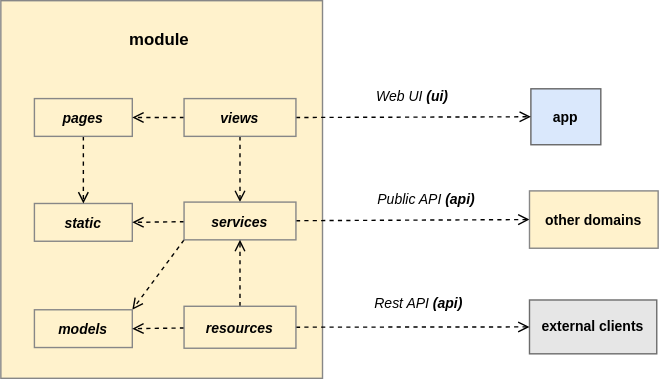
This is docs/diagrams/pigal_module_structure.drawio.svg from MalcomChumchouaPenda/Pigal-Flask, a draw.io export, as it was before one commit. Source tidied: cells renumbered, new cells last; positions are measured from the earlier drawing's top-left corner, leaving out a move shared by most shapes. Its diagram source:
```xml
<mxGraphModel>
  <root>
    <mxCell id="0" />
    <mxCell id="1" parent="0" />
    <mxCell id="2" style="rounded=0;whiteSpace=wrap;html=1;fillColor=#FFF2CC;strokeColor=#878787;fontSize=12;" parent="1" vertex="1">
      <mxGeometry width="230" height="270" as="geometry" />
    </mxCell>
    <mxCell id="3" value="module" style="text;html=1;strokeColor=none;fillColor=none;align=center;verticalAlign=middle;whiteSpace=wrap;rounded=0;fontStyle=1;fontSize=12;" parent="1" vertex="1">
      <mxGeometry x="82.5" y="13" width="61" height="30" as="geometry" />
    </mxCell>
    <mxCell id="4" value="static" style="rounded=0;whiteSpace=wrap;html=1;fillColor=none;fontStyle=3;fontSize=10;strokeColor=#878787;strokeWidth=1;flipV=1;" parent="1" vertex="1">
      <mxGeometry x="24" y="145" width="70" height="27" as="geometry" />
    </mxCell>
    <mxCell id="5" style="edgeStyle=none;html=1;entryX=0.5;entryY=0;entryDx=0;entryDy=0;dashed=1;endArrow=open;endFill=0;" parent="1" edge="1" source="6" target="4">
      <mxGeometry relative="1" as="geometry" />
    </mxCell>
    <mxCell id="6" value="pages" style="rounded=0;whiteSpace=wrap;html=1;fillColor=none;fontStyle=3;fontSize=10;strokeColor=#878787;strokeWidth=1;flipV=1;" parent="1" vertex="1">
      <mxGeometry x="24" y="70" width="70" height="27" as="geometry" />
    </mxCell>
    <mxCell id="7" value="app" style="rounded=0;whiteSpace=wrap;html=1;fillColor=#dae8fc;fontStyle=1;fontSize=10;strokeColor=#666666;strokeWidth=1;" parent="1" vertex="1">
      <mxGeometry x="379" y="63" width="50" height="40" as="geometry" />
    </mxCell>
    <mxCell id="8" value="external clients" style="rounded=0;whiteSpace=wrap;html=1;fillColor=#E6E6E6;fontStyle=1;fontSize=10;strokeColor=#6C6C6C;strokeWidth=1;" parent="1" vertex="1">
      <mxGeometry x="378" y="214" width="91" height="38.5" as="geometry" />
    </mxCell>
    <mxCell id="9" style="edgeStyle=none;html=1;exitX=0.5;exitY=1;exitDx=0;exitDy=0;entryX=0.5;entryY=0;entryDx=0;entryDy=0;dashed=1;endArrow=open;endFill=0;" parent="1" edge="1" source="12" target="16">
      <mxGeometry relative="1" as="geometry" />
    </mxCell>
    <mxCell id="10" style="edgeStyle=none;html=1;entryX=1;entryY=0.5;entryDx=0;entryDy=0;dashed=1;endArrow=open;endFill=0;" parent="1" edge="1" source="12" target="6">
      <mxGeometry relative="1" as="geometry" />
    </mxCell>
    <mxCell id="11" style="edgeStyle=none;html=1;exitX=1;exitY=0.5;exitDx=0;exitDy=0;entryX=0;entryY=0.5;entryDx=0;entryDy=0;dashed=1;endArrow=open;endFill=0;rounded=0;curved=0;" parent="1" edge="1" source="12" target="7">
      <mxGeometry relative="1" as="geometry" />
    </mxCell>
    <mxCell id="12" value="views" style="rounded=0;whiteSpace=wrap;html=1;fillColor=none;fontStyle=3;fontSize=10;strokeColor=#878787;strokeWidth=1;flipV=1;" parent="1" vertex="1">
      <mxGeometry x="131" y="70" width="80" height="27" as="geometry" />
    </mxCell>
    <mxCell id="13" style="edgeStyle=none;html=1;entryX=1;entryY=0.5;entryDx=0;entryDy=0;dashed=1;endArrow=open;endFill=0;" parent="1" edge="1" source="16" target="4">
      <mxGeometry relative="1" as="geometry" />
    </mxCell>
    <mxCell id="14" style="edgeStyle=none;html=1;entryX=1;entryY=0;entryDx=0;entryDy=0;dashed=1;endArrow=open;endFill=0;exitX=0;exitY=1;exitDx=0;exitDy=0;" parent="1" edge="1" source="16" target="17">
      <mxGeometry relative="1" as="geometry" />
    </mxCell>
    <mxCell id="15" style="edgeStyle=none;html=1;entryX=0;entryY=0.5;entryDx=0;entryDy=0;dashed=1;endArrow=open;endFill=0;rounded=0;curved=0;" parent="1" edge="1" source="16" target="23">
      <mxGeometry relative="1" as="geometry" />
    </mxCell>
    <mxCell id="16" value="services" style="rounded=0;whiteSpace=wrap;html=1;fillColor=none;fontStyle=3;fontSize=10;strokeColor=#878787;strokeWidth=1;flipV=1;" parent="1" vertex="1">
      <mxGeometry x="131" y="144" width="80" height="27" as="geometry" />
    </mxCell>
    <mxCell id="17" value="models" style="rounded=0;whiteSpace=wrap;html=1;fillColor=none;fontStyle=3;fontSize=10;strokeColor=#878787;strokeWidth=1;flipV=1;" parent="1" vertex="1">
      <mxGeometry x="24" y="221" width="70" height="27" as="geometry" />
    </mxCell>
    <mxCell id="18" value="&lt;span style=&quot;font-weight: normal;&quot;&gt;Web UI &lt;/span&gt;(ui)" style="rounded=0;whiteSpace=wrap;html=1;fillColor=none;fontStyle=3;fontSize=10;strokeColor=none;strokeWidth=1;dashed=1;" parent="1" vertex="1">
      <mxGeometry x="259" y="54" width="71" height="27" as="geometry" />
    </mxCell>
    <mxCell id="19" style="edgeStyle=none;html=1;entryX=0.5;entryY=1;entryDx=0;entryDy=0;dashed=1;endArrow=open;endFill=0;" parent="1" edge="1" source="22" target="16">
      <mxGeometry relative="1" as="geometry" />
    </mxCell>
    <mxCell id="20" style="edgeStyle=none;html=1;entryX=1;entryY=0.5;entryDx=0;entryDy=0;dashed=1;endArrow=open;endFill=0;" parent="1" edge="1" source="22" target="17">
      <mxGeometry relative="1" as="geometry" />
    </mxCell>
    <mxCell id="21" style="edgeStyle=none;html=1;entryX=0;entryY=0.5;entryDx=0;entryDy=0;dashed=1;endArrow=open;endFill=0;rounded=0;curved=0;" parent="1" edge="1" source="22" target="8">
      <mxGeometry relative="1" as="geometry" />
    </mxCell>
    <mxCell id="22" value="resources" style="rounded=0;whiteSpace=wrap;html=1;fillColor=none;fontStyle=3;fontSize=10;strokeColor=#878787;strokeWidth=1;flipV=1;" parent="1" vertex="1">
      <mxGeometry x="131" y="218.5" width="80" height="30" as="geometry" />
    </mxCell>
    <mxCell id="23" value="other domains" style="rounded=0;whiteSpace=wrap;html=1;fillColor=#FFF2CC;fontStyle=1;fontSize=10;strokeColor=#878787;strokeWidth=1;flipV=1;" parent="1" vertex="1">
      <mxGeometry x="378" y="136" width="92" height="41" as="geometry" />
    </mxCell>
    <mxCell id="24" value="&lt;span style=&quot;font-weight: normal;&quot;&gt;Public API&lt;/span&gt; (api)" style="rounded=0;whiteSpace=wrap;html=1;fillColor=none;fontStyle=3;fontSize=10;strokeColor=none;strokeWidth=1;dashed=1;" parent="1" vertex="1">
      <mxGeometry x="259" y="128" width="91" height="27" as="geometry" />
    </mxCell>
    <mxCell id="25" value="&lt;span style=&quot;font-weight: normal;&quot;&gt;Rest API &lt;/span&gt;(api)" style="rounded=0;whiteSpace=wrap;html=1;fillColor=none;fontStyle=3;fontSize=10;strokeColor=none;strokeWidth=1;dashed=1;" parent="1" vertex="1">
      <mxGeometry x="259" y="202" width="80" height="27" as="geometry" />
    </mxCell>
  </root>
</mxGraphModel>
```
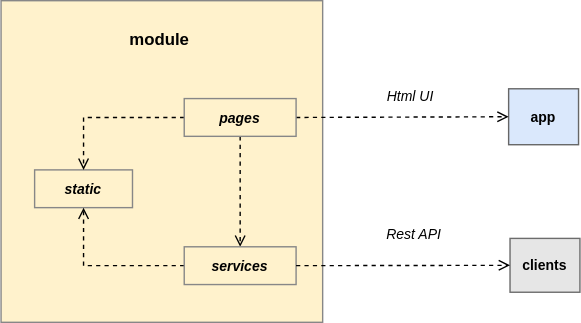
Later version of the same file.

Change to the diagram source:
```diff
@@ -3,76 +3,46 @@
     <mxCell id="0" />
     <mxCell id="1" parent="0" />
     <mxCell id="2" style="rounded=0;whiteSpace=wrap;html=1;fillColor=#FFF2CC;strokeColor=#878787;fontSize=12;" parent="1" vertex="1">
-      <mxGeometry width="230" height="270" as="geometry" />
+      <mxGeometry width="230" height="230" as="geometry" />
     </mxCell>
     <mxCell id="3" value="module" style="text;html=1;strokeColor=none;fillColor=none;align=center;verticalAlign=middle;whiteSpace=wrap;rounded=0;fontStyle=1;fontSize=12;" parent="1" vertex="1">
       <mxGeometry x="82.5" y="13" width="61" height="30" as="geometry" />
     </mxCell>
     <mxCell id="4" value="static" style="rounded=0;whiteSpace=wrap;html=1;fillColor=none;fontStyle=3;fontSize=10;strokeColor=#878787;strokeWidth=1;flipV=1;" parent="1" vertex="1">
-      <mxGeometry x="24" y="145" width="70" height="27" as="geometry" />
+      <mxGeometry x="24" y="121" width="70" height="27" as="geometry" />
     </mxCell>
-    <mxCell id="5" style="edgeStyle=none;html=1;entryX=0.5;entryY=0;entryDx=0;entryDy=0;dashed=1;endArrow=open;endFill=0;" parent="1" edge="1" source="6" target="4">
-      <mxGeometry relative="1" as="geometry" />
-    </mxCell>
-    <mxCell id="6" value="pages" style="rounded=0;whiteSpace=wrap;html=1;fillColor=none;fontStyle=3;fontSize=10;strokeColor=#878787;strokeWidth=1;flipV=1;" parent="1" vertex="1">
-      <mxGeometry x="24" y="70" width="70" height="27" as="geometry" />
-    </mxCell>
     <mxCell id="7" value="app" style="rounded=0;whiteSpace=wrap;html=1;fillColor=#dae8fc;fontStyle=1;fontSize=10;strokeColor=#666666;strokeWidth=1;" parent="1" vertex="1">
-      <mxGeometry x="379" y="63" width="50" height="40" as="geometry" />
+      <mxGeometry x="363" y="63" width="50" height="40" as="geometry" />
     </mxCell>
-    <mxCell id="8" value="external clients" style="rounded=0;whiteSpace=wrap;html=1;fillColor=#E6E6E6;fontStyle=1;fontSize=10;strokeColor=#6C6C6C;strokeWidth=1;" parent="1" vertex="1">
-      <mxGeometry x="378" y="214" width="91" height="38.5" as="geometry" />
+    <mxCell id="8" value="clients" style="rounded=0;whiteSpace=wrap;html=1;fillColor=#E6E6E6;fontStyle=1;fontSize=10;strokeColor=#6C6C6C;strokeWidth=1;" parent="1" vertex="1">
+      <mxGeometry x="364" y="170" width="50" height="38.5" as="geometry" />
     </mxCell>
     <mxCell id="9" style="edgeStyle=none;html=1;exitX=0.5;exitY=1;exitDx=0;exitDy=0;entryX=0.5;entryY=0;entryDx=0;entryDy=0;dashed=1;endArrow=open;endFill=0;" parent="1" edge="1" source="12" target="16">
       <mxGeometry relative="1" as="geometry" />
     </mxCell>
-    <mxCell id="10" style="edgeStyle=none;html=1;entryX=1;entryY=0.5;entryDx=0;entryDy=0;dashed=1;endArrow=open;endFill=0;" parent="1" edge="1" source="12" target="6">
+    <mxCell id="10" style="edgeStyle=orthogonalEdgeStyle;html=1;entryX=0.5;entryY=0;entryDx=0;entryDy=0;dashed=1;endArrow=open;endFill=0;exitX=0;exitY=0.5;exitDx=0;exitDy=0;rounded=0;curved=0;" parent="1" edge="1" source="12" target="4">
       <mxGeometry relative="1" as="geometry" />
     </mxCell>
     <mxCell id="11" style="edgeStyle=none;html=1;exitX=1;exitY=0.5;exitDx=0;exitDy=0;entryX=0;entryY=0.5;entryDx=0;entryDy=0;dashed=1;endArrow=open;endFill=0;rounded=0;curved=0;" parent="1" edge="1" source="12" target="7">
       <mxGeometry relative="1" as="geometry" />
     </mxCell>
-    <mxCell id="12" value="views" style="rounded=0;whiteSpace=wrap;html=1;fillColor=none;fontStyle=3;fontSize=10;strokeColor=#878787;strokeWidth=1;flipV=1;" parent="1" vertex="1">
+    <mxCell id="12" value="pages" style="rounded=0;whiteSpace=wrap;html=1;fillColor=none;fontStyle=3;fontSize=10;strokeColor=#878787;strokeWidth=1;flipV=1;" parent="1" vertex="1">
       <mxGeometry x="131" y="70" width="80" height="27" as="geometry" />
     </mxCell>
-    <mxCell id="13" style="edgeStyle=none;html=1;entryX=1;entryY=0.5;entryDx=0;entryDy=0;dashed=1;endArrow=open;endFill=0;" parent="1" edge="1" source="16" target="4">
+    <mxCell id="13" style="edgeStyle=orthogonalEdgeStyle;html=1;entryX=0.5;entryY=1;entryDx=0;entryDy=0;dashed=1;endArrow=open;endFill=0;rounded=0;curved=0;" parent="1" edge="1" source="16" target="4">
       <mxGeometry relative="1" as="geometry" />
     </mxCell>
-    <mxCell id="14" style="edgeStyle=none;html=1;entryX=1;entryY=0;entryDx=0;entryDy=0;dashed=1;endArrow=open;endFill=0;exitX=0;exitY=1;exitDx=0;exitDy=0;" parent="1" edge="1" source="16" target="17">
-      <mxGeometry relative="1" as="geometry" />
-    </mxCell>
-    <mxCell id="15" style="edgeStyle=none;html=1;entryX=0;entryY=0.5;entryDx=0;entryDy=0;dashed=1;endArrow=open;endFill=0;rounded=0;curved=0;" parent="1" edge="1" source="16" target="23">
-      <mxGeometry relative="1" as="geometry" />
-    </mxCell>
     <mxCell id="16" value="services" style="rounded=0;whiteSpace=wrap;html=1;fillColor=none;fontStyle=3;fontSize=10;strokeColor=#878787;strokeWidth=1;flipV=1;" parent="1" vertex="1">
-      <mxGeometry x="131" y="144" width="80" height="27" as="geometry" />
+      <mxGeometry x="131" y="176" width="80" height="27" as="geometry" />
     </mxCell>
-    <mxCell id="17" value="models" style="rounded=0;whiteSpace=wrap;html=1;fillColor=none;fontStyle=3;fontSize=10;strokeColor=#878787;strokeWidth=1;flipV=1;" parent="1" vertex="1">
-      <mxGeometry x="24" y="221" width="70" height="27" as="geometry" />
-    </mxCell>
-    <mxCell id="18" value="&lt;span style=&quot;font-weight: normal;&quot;&gt;Web UI &lt;/span&gt;(ui)" style="rounded=0;whiteSpace=wrap;html=1;fillColor=none;fontStyle=3;fontSize=10;strokeColor=none;strokeWidth=1;dashed=1;" parent="1" vertex="1">
-      <mxGeometry x="259" y="54" width="71" height="27" as="geometry" />
+    <mxCell id="18" value="&lt;span style=&quot;font-weight: normal;&quot;&gt;Html UI&lt;/span&gt;" style="rounded=0;whiteSpace=wrap;html=1;fillColor=none;fontStyle=3;fontSize=10;strokeColor=none;strokeWidth=1;dashed=1;" parent="1" vertex="1">
+      <mxGeometry x="269" y="54" width="48" height="27" as="geometry" />
     </mxCell>
-    <mxCell id="19" style="edgeStyle=none;html=1;entryX=0.5;entryY=1;entryDx=0;entryDy=0;dashed=1;endArrow=open;endFill=0;" parent="1" edge="1" source="22" target="16">
-      <mxGeometry relative="1" as="geometry" />
-    </mxCell>
-    <mxCell id="20" style="edgeStyle=none;html=1;entryX=1;entryY=0.5;entryDx=0;entryDy=0;dashed=1;endArrow=open;endFill=0;" parent="1" edge="1" source="22" target="17">
-      <mxGeometry relative="1" as="geometry" />
-    </mxCell>
-    <mxCell id="21" style="edgeStyle=none;html=1;entryX=0;entryY=0.5;entryDx=0;entryDy=0;dashed=1;endArrow=open;endFill=0;rounded=0;curved=0;" parent="1" edge="1" source="22" target="8">
+    <mxCell id="21" style="edgeStyle=none;html=1;entryX=0;entryY=0.5;entryDx=0;entryDy=0;dashed=1;endArrow=open;endFill=0;rounded=0;curved=0;exitX=1;exitY=0.5;exitDx=0;exitDy=0;" parent="1" edge="1" source="16" target="8">
       <mxGeometry relative="1" as="geometry" />
     </mxCell>
-    <mxCell id="22" value="resources" style="rounded=0;whiteSpace=wrap;html=1;fillColor=none;fontStyle=3;fontSize=10;strokeColor=#878787;strokeWidth=1;flipV=1;" parent="1" vertex="1">
-      <mxGeometry x="131" y="218.5" width="80" height="30" as="geometry" />
-    </mxCell>
-    <mxCell id="23" value="other domains" style="rounded=0;whiteSpace=wrap;html=1;fillColor=#FFF2CC;fontStyle=1;fontSize=10;strokeColor=#878787;strokeWidth=1;flipV=1;" parent="1" vertex="1">
-      <mxGeometry x="378" y="136" width="92" height="41" as="geometry" />
-    </mxCell>
-    <mxCell id="24" value="&lt;span style=&quot;font-weight: normal;&quot;&gt;Public API&lt;/span&gt; (api)" style="rounded=0;whiteSpace=wrap;html=1;fillColor=none;fontStyle=3;fontSize=10;strokeColor=none;strokeWidth=1;dashed=1;" parent="1" vertex="1">
-      <mxGeometry x="259" y="128" width="91" height="27" as="geometry" />
-    </mxCell>
-    <mxCell id="25" value="&lt;span style=&quot;font-weight: normal;&quot;&gt;Rest API &lt;/span&gt;(api)" style="rounded=0;whiteSpace=wrap;html=1;fillColor=none;fontStyle=3;fontSize=10;strokeColor=none;strokeWidth=1;dashed=1;" parent="1" vertex="1">
-      <mxGeometry x="259" y="202" width="80" height="27" as="geometry" />
+    <mxCell id="25" value="&lt;span style=&quot;font-weight: 400;&quot;&gt;Rest API&lt;/span&gt;" style="rounded=0;whiteSpace=wrap;html=1;fillColor=none;fontStyle=3;fontSize=10;strokeColor=none;strokeWidth=1;dashed=1;" parent="1" vertex="1">
+      <mxGeometry x="269" y="153.5" width="53" height="27" as="geometry" />
     </mxCell>
   </root>
 </mxGraphModel>
```
